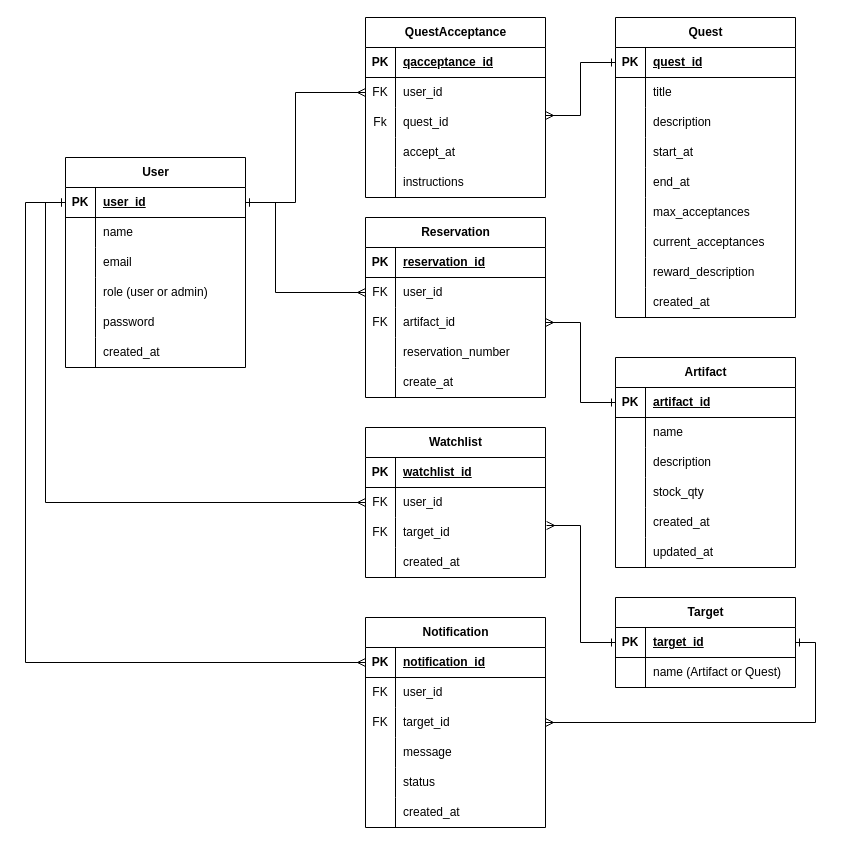
Earlier version of the draw.io diagram ERD/guild-erd.drawio (lorenaborges256/guild-contract-artifact-watch-docs). Source tidied: cells renumbered, new cells numbered last; positions are measured from the earlier drawing's top-left corner, leaving out a move shared by most shapes. Both pictures are drawn from the tidied source at 100%, with x=0, y=0 at pixel (25, 17).
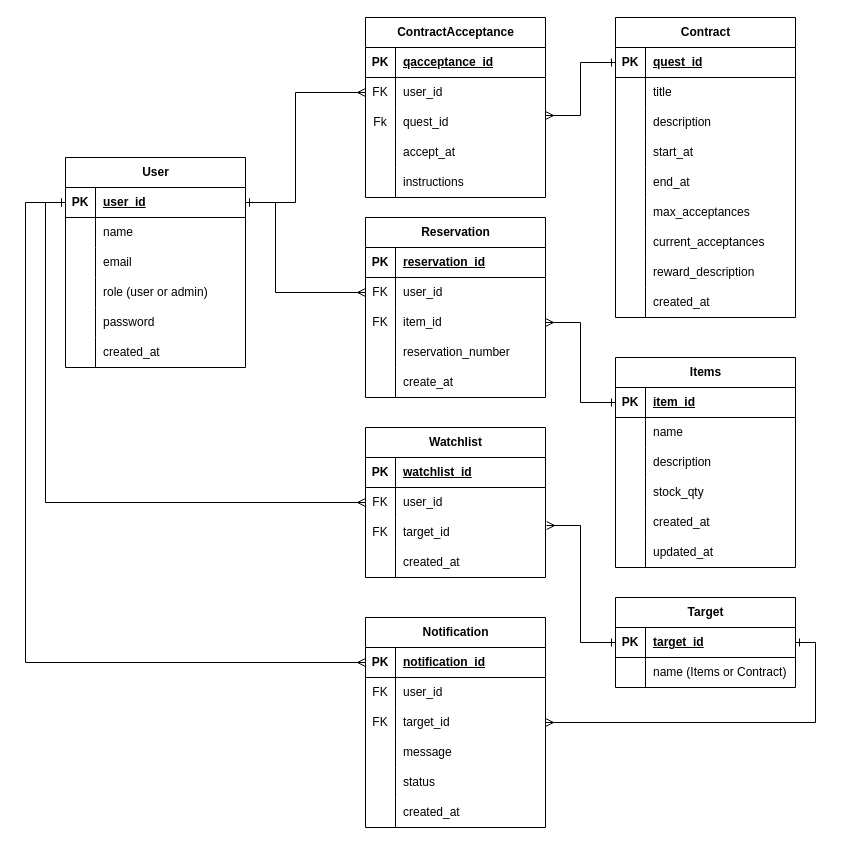
The same page after the edit.

Commit message (it also covers changes not shown here):
doc: Rename entities/attributes: Artifacts to Items, Quests to Contracts

The change refers to these unchanged cells:
```xml
<mxCell id="22" style="shape=tableRow;horizontal=0;startSize=0;swimlaneHead=0;swimlaneBody=0;fillColor=none;points=[[0,0.5],[1,0.5]];portConstraint=eastwest;top=0;left=0;right=0;bottom=1;" parent="21" vertex="1">
  <mxGeometry y="30" width="180" height="30" as="geometry" />
</mxCell>
<mxCell id="75" style="shape=tableRow;horizontal=0;startSize=0;swimlaneHead=0;swimlaneBody=0;fillColor=none;points=[[0,0.5],[1,0.5]];portConstraint=eastwest;top=0;left=0;right=0;bottom=0;" parent="68" vertex="1">
  <mxGeometry y="90" width="180" height="30" as="geometry" />
</mxCell>
<mxCell id="120" style="shape=tableRow;horizontal=0;startSize=0;swimlaneHead=0;swimlaneBody=0;fillColor=none;top=0;left=0;right=0;bottom=0;" parent="116" vertex="1">
  <mxGeometry y="60" width="180" height="30" as="geometry" />
</mxCell>
```

Change to the diagram source:
```diff
@@
-    <mxCell id="21" value="Artifact" style="shape=table;startSize=30;childLayout=tableLayout;rowLines=0;fontStyle=1;align=center;html=1;" parent="1" vertex="1">
+    <mxCell id="21" value="Items" style="shape=table;startSize=30;childLayout=tableLayout;rowLines=0;fontStyle=1;align=center;html=1;" parent="1" vertex="1">
       <mxGeometry x="590" y="340" width="180" height="210" as="geometry" />
     </mxCell>
@@
-    <mxCell id="24" value="artifact_id" style="shape=partialRectangle;fillColor=none;top=0;left=0;bottom=0;right=0;align=left;spacingLeft=6;fontStyle=5;overflow=hidden;whiteSpace=wrap;html=1;" parent="22" vertex="1">
+    <mxCell id="24" value="item_id" style="shape=partialRectangle;fillColor=none;top=0;left=0;bottom=0;right=0;align=left;spacingLeft=6;fontStyle=5;overflow=hidden;whiteSpace=wrap;html=1;" parent="22" vertex="1">
       <mxGeometry x="30" width="150" height="30" as="geometry" />
     </mxCell>
@@
-    <mxCell id="40" value="Quest" style="shape=table;startSize=30;childLayout=tableLayout;rowLines=0;fontStyle=1;align=center;html=1;" parent="1" vertex="1">
+    <mxCell id="40" value="Contract" style="shape=table;startSize=30;childLayout=tableLayout;rowLines=0;fontStyle=1;align=center;html=1;" parent="1" vertex="1">
       <mxGeometry x="590" width="180" height="300" as="geometry" />
     </mxCell>
@@
-    <mxCell id="77" value="artifact_id" style="shape=partialRectangle;fillColor=none;top=0;left=0;bottom=0;right=0;align=left;spacingLeft=6;overflow=hidden;whiteSpace=wrap;html=1;" parent="75" vertex="1">
+    <mxCell id="77" value="item_id" style="shape=partialRectangle;fillColor=none;top=0;left=0;bottom=0;right=0;align=left;spacingLeft=6;overflow=hidden;whiteSpace=wrap;html=1;" parent="75" vertex="1">
       <mxGeometry x="30" width="150" height="30" as="geometry" />
     </mxCell>
@@
-    <mxCell id="84" value="&lt;div&gt;QuestAcceptance&lt;/div&gt;" style="shape=table;startSize=30;childLayout=tableLayout;rowLines=0;fontStyle=1;align=center;html=1;" parent="1" vertex="1">
+    <mxCell id="84" value="&lt;div&gt;ContractAcceptance&lt;/div&gt;" style="shape=table;startSize=30;childLayout=tableLayout;rowLines=0;fontStyle=1;align=center;html=1;" parent="1" vertex="1">
       <mxGeometry x="340" width="180" height="180" as="geometry" />
     </mxCell>
@@
-    <mxCell id="122" value="name (Artifact or Quest)" style="shape=partialRectangle;fillColor=none;top=0;left=0;bottom=0;right=0;align=left;spacingLeft=6;overflow=hidden;whiteSpace=wrap;html=1;" parent="120" vertex="1">
+    <mxCell id="122" value="name (Items or Contract)" style="shape=partialRectangle;fillColor=none;top=0;left=0;bottom=0;right=0;align=left;spacingLeft=6;overflow=hidden;whiteSpace=wrap;html=1;" parent="120" vertex="1">
       <mxGeometry x="30" width="150" height="30" as="geometry" />
     </mxCell>
```
